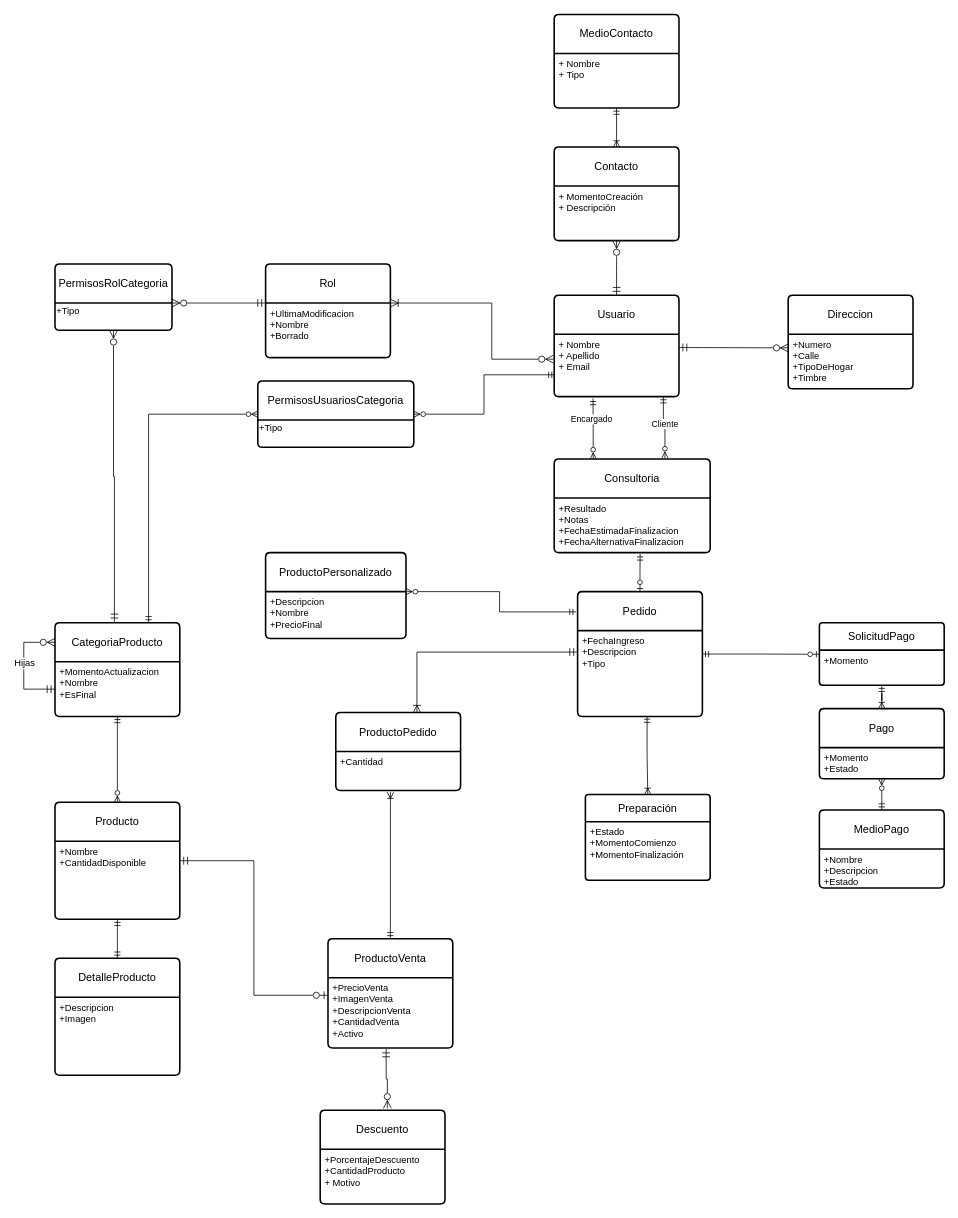
The draw.io diagram propuesta/ModeloDatos/DiagramaDeDatosDeProcesos.drawio in elelouch/TrabajoFinalAUS, before the edit. Source tidied: cells renumbered, new cells numbered last; positions are measured from the earlier drawing's top-left corner, leaving out a move shared by most shapes. Both pictures are drawn from the tidied source at 78%, with x=0, y=0 at pixel (23, 14).
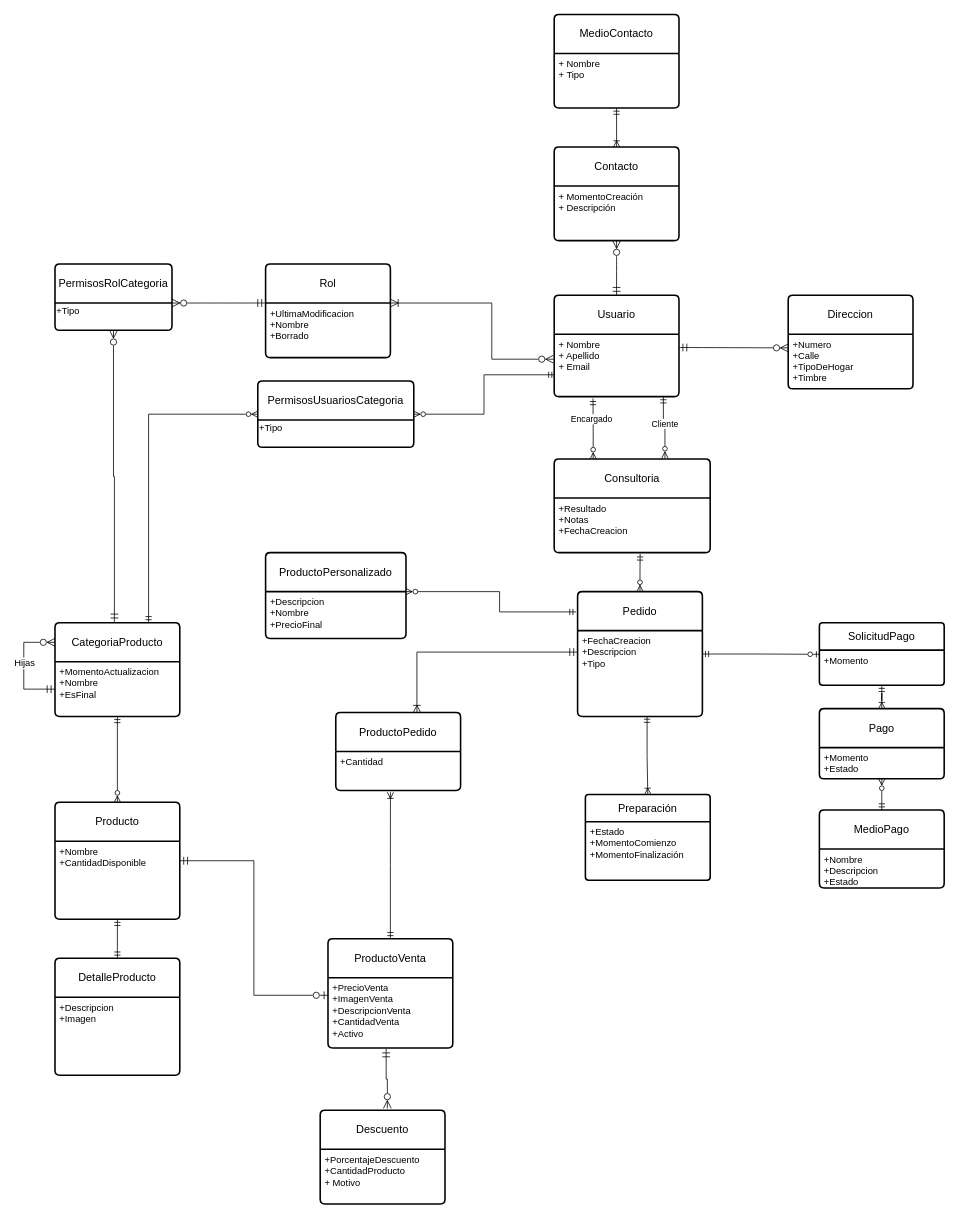
The same page after the edit.

Unchanged cells that the change refers to:
```xml
<mxCell id="4" value="Pedido" style="swimlane;horizontal=1;startSize=50;rounded=1;fontSize=14;fontStyle=0;strokeWidth=2;shadow=0;dashed=0;align=center;arcSize=4;whiteSpace=wrap;html=1;" parent="1" vertex="1">
  <mxGeometry x="710" y="740" width="160" height="160" as="geometry" />
</mxCell>
<mxCell id="26" value="Consultoria" style="swimlane;horizontal=1;startSize=50;rounded=1;fontSize=14;fontStyle=0;strokeWidth=2;shadow=0;dashed=0;align=center;arcSize=4;whiteSpace=wrap;html=1;" parent="1" vertex="1">
  <mxGeometry x="680" y="570" width="200" height="120" as="geometry" />
</mxCell>
```

The edit, as a diff of the source:
```diff
@@
-    <mxCell id="5" value="+FechaIngreso&lt;br&gt;+Descripcion&lt;br&gt;&lt;div&gt;+Tipo&lt;/div&gt;" style="align=left;strokeColor=none;fillColor=none;spacingLeft=4;spacingRight=4;fontSize=12;verticalAlign=top;html=1;whiteSpace=wrap;" parent="4" vertex="1">
+    <mxCell id="5" value="+FechaCreacion&lt;br&gt;+Descripcion&lt;br&gt;&lt;div&gt;+Tipo&lt;/div&gt;" style="align=left;strokeColor=none;fillColor=none;spacingLeft=4;spacingRight=4;fontSize=12;verticalAlign=top;html=1;whiteSpace=wrap;" parent="4" vertex="1">
       <mxGeometry y="50" width="160" height="110" as="geometry" />
     </mxCell>
@@
-    <mxCell id="27" value="+Resultado&lt;div&gt;&lt;span style=&quot;background-color: transparent; color: light-dark(rgb(0, 0, 0), rgb(255, 255, 255));&quot;&gt;+Notas&lt;/span&gt;&lt;/div&gt;&lt;div&gt;+FechaEstimadaFinalizacion&lt;/div&gt;&lt;div&gt;+FechaAlternativaFinalizacion&lt;/div&gt;" style="align=left;strokeColor=none;fillColor=none;spacingLeft=4;spacingRight=4;fontSize=12;verticalAlign=top;html=1;whiteSpace=wrap;" parent="26" vertex="1">
+    <mxCell id="27" value="+Resultado&lt;div&gt;&lt;span style=&quot;background-color: transparent; color: light-dark(rgb(0, 0, 0), rgb(255, 255, 255));&quot;&gt;+Notas&lt;/span&gt;&lt;/div&gt;&lt;div&gt;&lt;span style=&quot;background-color: transparent; color: light-dark(rgb(0, 0, 0), rgb(255, 255, 255));&quot;&gt;+FechaCreacion&lt;/span&gt;&lt;/div&gt;" style="align=left;strokeColor=none;fillColor=none;spacingLeft=4;spacingRight=4;fontSize=12;verticalAlign=top;html=1;whiteSpace=wrap;" parent="26" vertex="1">
       <mxGeometry y="50" width="200" height="70" as="geometry" />
     </mxCell>
@@
-    <mxCell id="66" style="edgeStyle=orthogonalEdgeStyle;rounded=0;jettySize=auto;html=1;exitX=0.5;exitY=0;exitDx=0;exitDy=0;entryX=0.551;entryY=1.022;entryDx=0;entryDy=0;entryPerimeter=0;endArrow=ERmandOne;endFill=0;startArrow=ERzeroToOne;startFill=0;" parent="1" edge="1" source="4" target="27">
+    <mxCell id="66" style="edgeStyle=orthogonalEdgeStyle;rounded=0;jettySize=auto;html=1;exitX=0.5;exitY=0;exitDx=0;exitDy=0;entryX=0.551;entryY=1.022;entryDx=0;entryDy=0;entryPerimeter=0;endArrow=ERmandOne;endFill=0;startArrow=ERzeroToMany;startFill=0;" parent="1" edge="1" source="4" target="27">
       <mxGeometry relative="1" as="geometry" />
     </mxCell>
```
